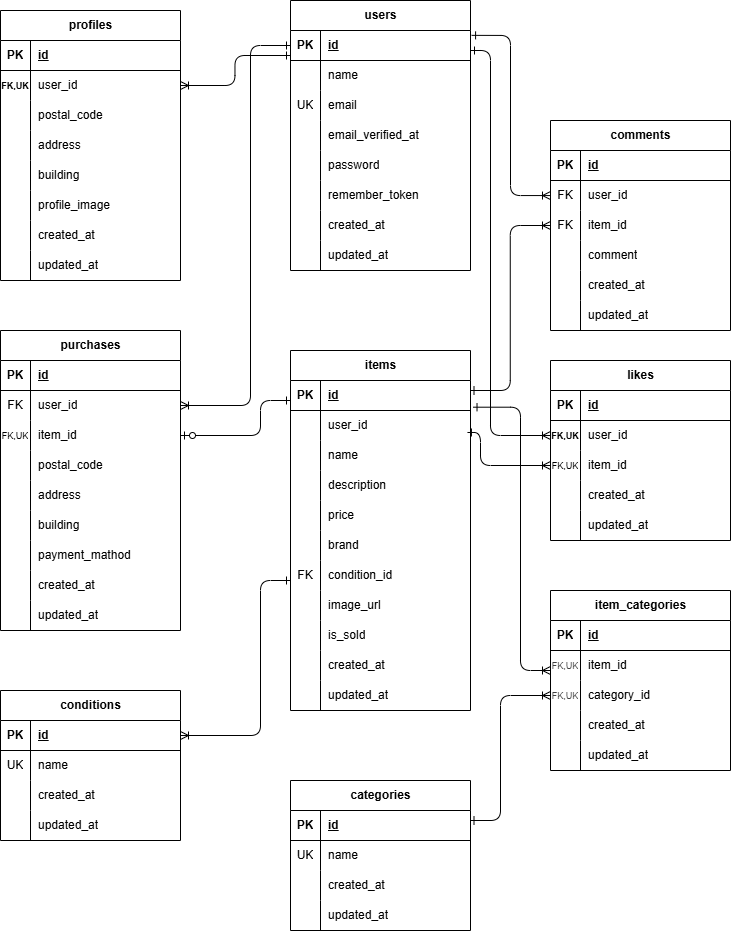
Earlier version of the draw.io export free-market02(背景白).png (yokoda21/free-market). Source tidied: cells renumbered, new cells last; positions are measured from the earlier drawing's top-left corner, leaving out a move shared by most shapes.
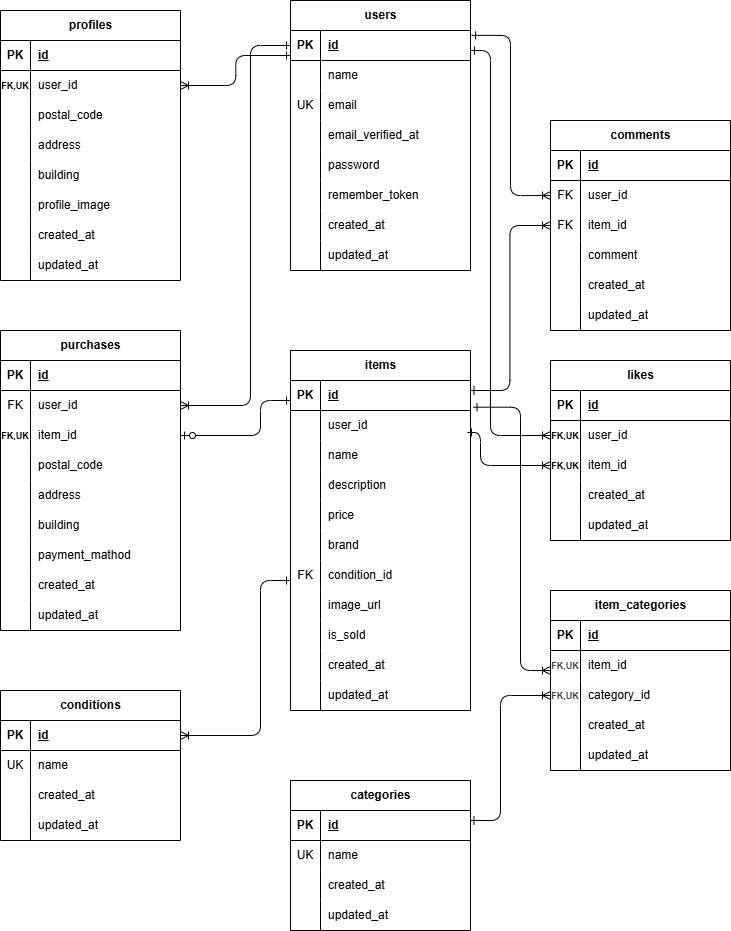
Above is the later version.

Change to the diagram source:
```diff
@@ -335,7 +335,7 @@
     <mxCell id="112" style="shape=tableRow;horizontal=0;startSize=0;swimlaneHead=0;swimlaneBody=0;fillColor=none;points=[[0,0.5],[1,0.5]];portConstraint=eastwest;top=0;left=0;right=0;bottom=0;" parent="105" vertex="1">
       <mxGeometry y="90" width="180" height="30" as="geometry" />
     </mxCell>
-    <mxCell id="113" value="&lt;font style=&quot;font-size: 9px;&quot;&gt;FK,UK&lt;/font&gt;" style="shape=partialRectangle;fillColor=none;top=0;left=0;bottom=0;right=0;overflow=hidden;whiteSpace=wrap;html=1;" parent="112" vertex="1">
+    <mxCell id="113" value="&lt;font style=&quot;font-size: 9px;&quot;&gt;&lt;b&gt;FK,UK&lt;/b&gt;&lt;/font&gt;" style="shape=partialRectangle;fillColor=none;top=0;left=0;bottom=0;right=0;overflow=hidden;whiteSpace=wrap;html=1;" parent="112" vertex="1">
       <mxGeometry width="30" height="30" as="geometry" />
     </mxCell>
     <mxCell id="114" value="item_id" style="shape=partialRectangle;fillColor=none;top=0;left=0;bottom=0;right=0;align=left;spacingLeft=6;overflow=hidden;whiteSpace=wrap;html=1;" parent="112" vertex="1">
@@ -374,7 +374,7 @@
     <mxCell id="125" style="shape=tableRow;horizontal=0;startSize=0;swimlaneHead=0;swimlaneBody=0;fillColor=none;top=0;left=0;right=0;bottom=0;" parent="121" vertex="1">
       <mxGeometry y="60" width="180" height="30" as="geometry" />
     </mxCell>
-    <mxCell id="126" value="&lt;span style=&quot;color: rgb(63, 63, 63); font-size: 9px;&quot;&gt;FK,UK&lt;/span&gt;" style="shape=partialRectangle;fillColor=none;top=0;left=0;bottom=0;right=0;overflow=hidden;whiteSpace=wrap;html=1;" parent="125" vertex="1">
+    <mxCell id="126" value="&lt;span style=&quot;color: rgb(63, 63, 63); font-size: 9px;&quot;&gt;&lt;b&gt;FK,UK&lt;/b&gt;&lt;/span&gt;" style="shape=partialRectangle;fillColor=none;top=0;left=0;bottom=0;right=0;overflow=hidden;whiteSpace=wrap;html=1;" parent="125" vertex="1">
       <mxGeometry width="30" height="30" as="geometry" />
     </mxCell>
     <mxCell id="127" value="item_id" style="shape=partialRectangle;fillColor=none;top=0;left=0;bottom=0;right=0;align=left;spacingLeft=6;overflow=hidden;whiteSpace=wrap;html=1;" parent="125" vertex="1">
@@ -383,7 +383,7 @@
     <mxCell id="128" style="shape=tableRow;horizontal=0;startSize=0;swimlaneHead=0;swimlaneBody=0;fillColor=none;points=[[0,0.5],[1,0.5]];portConstraint=eastwest;top=0;left=0;right=0;bottom=0;" parent="121" vertex="1">
       <mxGeometry y="90" width="180" height="30" as="geometry" />
     </mxCell>
-    <mxCell id="129" value="&lt;span style=&quot;color: rgb(63, 63, 63); font-size: 9px;&quot;&gt;FK,UK&lt;/span&gt;" style="shape=partialRectangle;fillColor=none;top=0;left=0;bottom=0;right=0;overflow=hidden;whiteSpace=wrap;html=1;" parent="128" vertex="1">
+    <mxCell id="129" value="&lt;span style=&quot;color: rgb(63, 63, 63); font-size: 9px;&quot;&gt;&lt;b&gt;FK,UK&lt;/b&gt;&lt;/span&gt;" style="shape=partialRectangle;fillColor=none;top=0;left=0;bottom=0;right=0;overflow=hidden;whiteSpace=wrap;html=1;" parent="128" vertex="1">
       <mxGeometry width="30" height="30" as="geometry" />
     </mxCell>
     <mxCell id="130" value="category_id" style="shape=partialRectangle;fillColor=none;top=0;left=0;bottom=0;right=0;align=left;spacingLeft=6;overflow=hidden;whiteSpace=wrap;html=1;" parent="128" vertex="1">
@@ -509,7 +509,7 @@
     <mxCell id="170" style="shape=tableRow;horizontal=0;startSize=0;swimlaneHead=0;swimlaneBody=0;fillColor=none;points=[[0,0.5],[1,0.5]];portConstraint=eastwest;top=0;left=0;right=0;bottom=0;" parent="163" vertex="1">
       <mxGeometry y="90" width="180" height="30" as="geometry" />
     </mxCell>
-    <mxCell id="171" value="&lt;font style=&quot;font-size: 9px;&quot;&gt;FK,UK&lt;/font&gt;" style="shape=partialRectangle;fillColor=none;top=0;left=0;bottom=0;right=0;overflow=hidden;whiteSpace=wrap;html=1;" parent="170" vertex="1">
+    <mxCell id="171" value="&lt;font style=&quot;font-size: 9px;&quot;&gt;&lt;b&gt;FK,UK&lt;/b&gt;&lt;/font&gt;" style="shape=partialRectangle;fillColor=none;top=0;left=0;bottom=0;right=0;overflow=hidden;whiteSpace=wrap;html=1;" parent="170" vertex="1">
       <mxGeometry width="30" height="30" as="geometry" />
     </mxCell>
     <mxCell id="172" value="item_id" style="shape=partialRectangle;fillColor=none;top=0;left=0;bottom=0;right=0;align=left;spacingLeft=6;overflow=hidden;whiteSpace=wrap;html=1;" parent="170" vertex="1">
```
